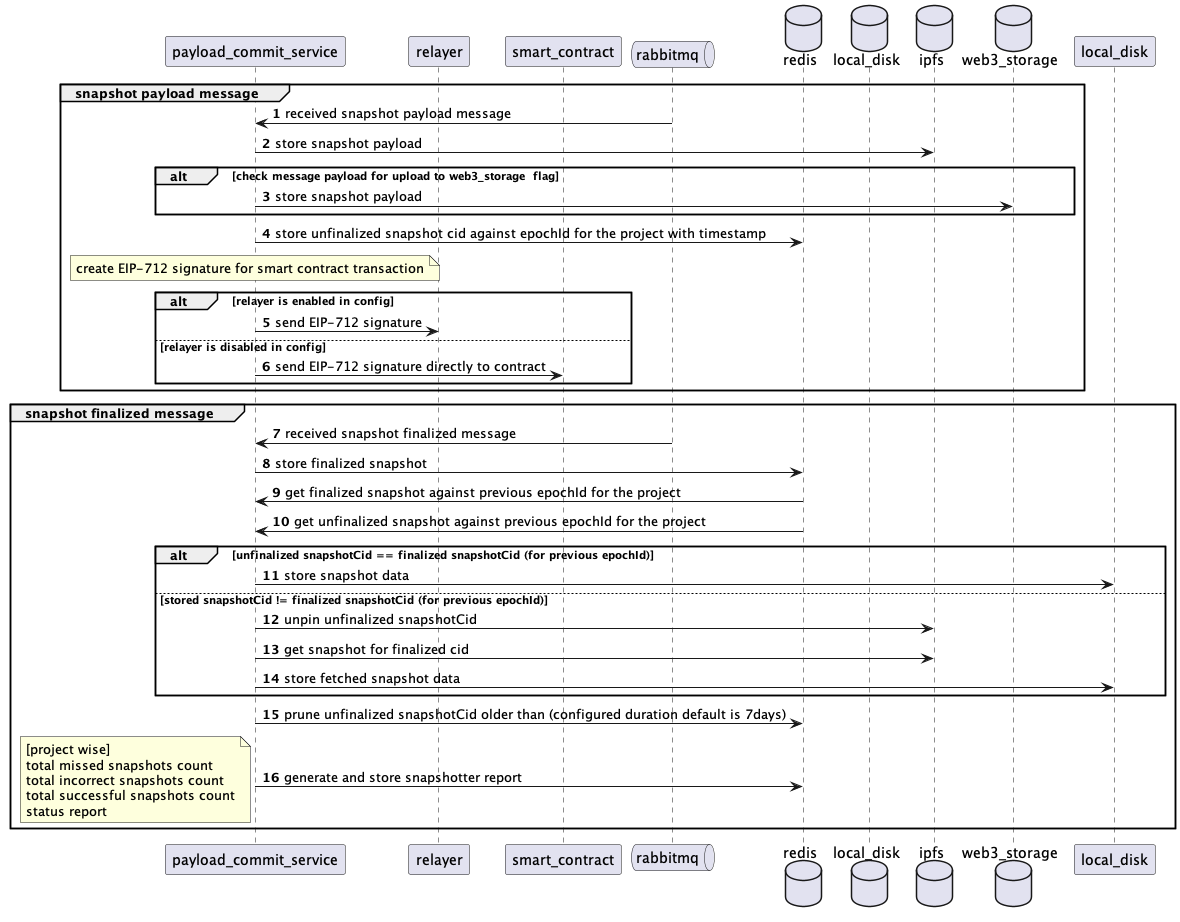
Before: docs/images/payload_commit_service_callflow.png, a diagram exported from PlantUML (PowerLoom/audit-protocol).
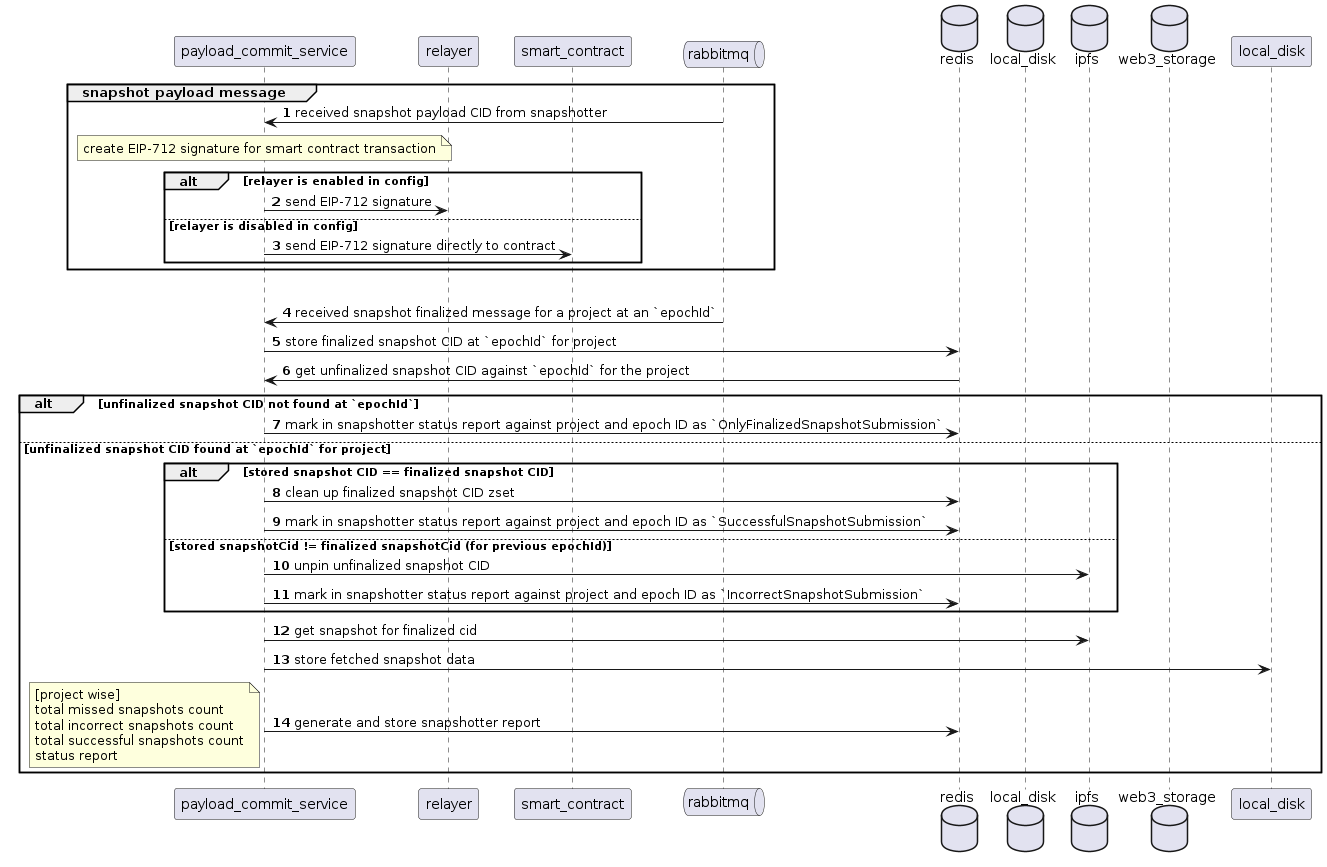
The same diagram one commit later.

Commit message:
doc: update payload commit service sequence diagram

Change to the diagram source:
```diff
@@ -1,4 +1,4 @@
-@startuml "Payload commit service"
+@startuml
 autonumber
 
 participant "payload_commit_service" as pcs
@@ -11,15 +11,7 @@
 database web3_storage
 
 group snapshot payload message
-    rabbitmq -> pcs: received snapshot payload message
-
-    pcs -> ipfs: store snapshot payload
-
-    alt check message payload for upload to web3_storage  flag
-        pcs -> web3_storage: store snapshot payload
-    end
-
-    pcs -> redis: store unfinalized snapshot cid against epochId for the project with timestamp
+    rabbitmq -> pcs: received snapshot payload CID from snapshotter
 
     note over pcs: create EIP-712 signature for smart contract transaction
     alt relayer is enabled in config
@@ -30,26 +22,24 @@
 end
 
 group snapshot finalized message
-    rabbitmq -> pcs: received snapshot finalized message
+    rabbitmq -> pcs: received snapshot finalized message for a project at an `epochId`
+    pcs -> redis: store finalized snapshot CID at `epochId` for project
+    redis -> pcs: get unfinalized snapshot CID against `epochId` for the project
 
-    pcs -> redis: store finalized snapshot
-    redis -> pcs: get finalized snapshot against previous epochId for the project
-    redis -> pcs: get unfinalized snapshot against previous epochId for the project
-
-    alt unfinalized snapshotCid == finalized snapshotCid (for previous epochId)
-        pcs -> local_disk: store snapshot data
-
-    else stored snapshotCid != finalized snapshotCid (for previous epochId)
-        pcs -> ipfs: unpin unfinalized snapshotCid
-        pcs -> ipfs: get snapshot for finalized cid
-
-        pcs -> local_disk: store fetched snapshot data
+    alt unfinalized snapshot CID not found at `epochId`
+        pcs -> redis: mark in snapshotter status report against project and epoch ID as `OnlyFinalizedSnapshotSubmission`
+    else unfinalized snapshot CID found at `epochId` for project
+            alt stored snapshot CID == finalized snapshot CID
+                pcs -> redis: clean up finalized snapshot CID zset
+                pcs -> redis: mark in snapshotter status report against project and epoch ID as `SuccessfulSnapshotSubmission`
+            else stored snapshotCid != finalized snapshotCid (for previous epochId)
+                 pcs -> ipfs: unpin unfinalized snapshot CID
+                 pcs -> redis: mark in snapshotter status report against project and epoch ID as `IncorrectSnapshotSubmission`
     end
-
-    pcs -> redis: prune unfinalized snapshotCid older than (configured duration default is 7days)
+    pcs -> ipfs: get snapshot for finalized cid
+    pcs -> local_disk: store fetched snapshot data
 
     pcs -> redis: generate and store snapshotter report
     note left: [project wise]\ntotal missed snapshots count\ntotal incorrect snapshots count\ntotal successful snapshots count\nstatus report
 end
-
 @enduml
```
